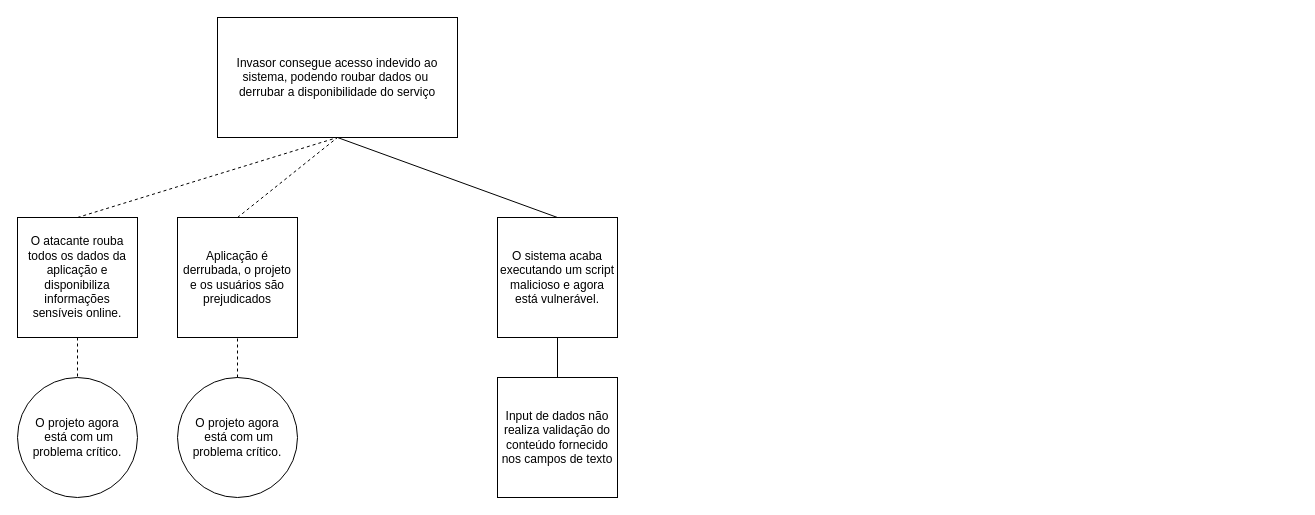
Earlier version of the draw.io diagram ArvoreRiscoOWASP.drawio (luca-moraes/atividade3SegInfo). Source tidied: cells renumbered, new cells numbered last; positions are measured from the earlier drawing's top-left corner, leaving out a move shared by most shapes. Both pictures are drawn from the tidied source at 100%, with x=0, y=0 at pixel (17, 17).
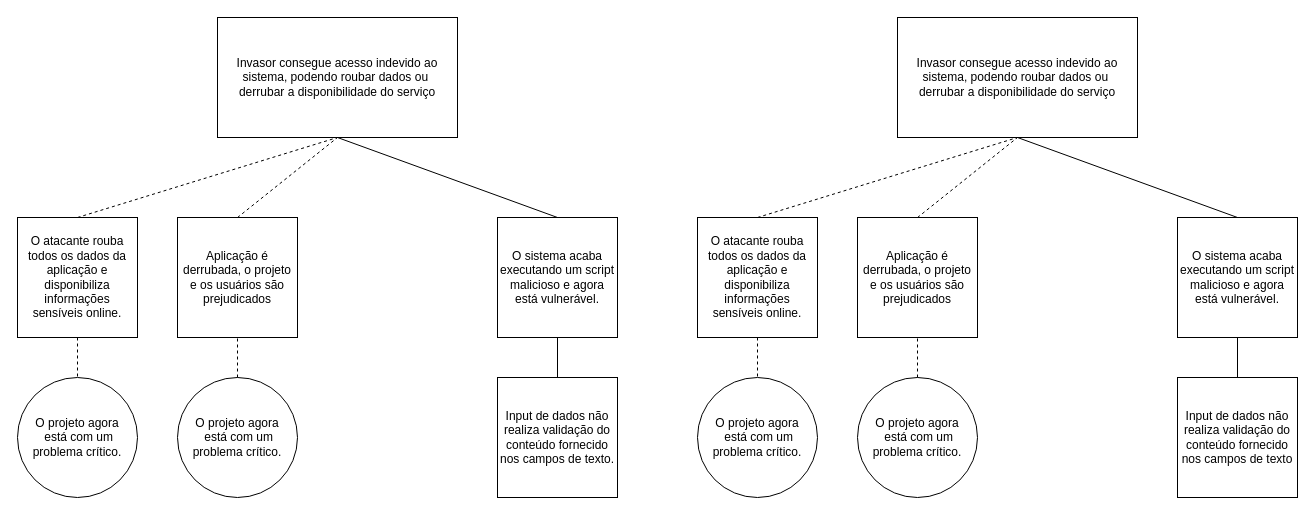
Above is the later version.

Diff of the diagram source:
```diff
@@
-    <mxCell id="7" value="Input de dados não realiza validação do conteúdo fornecido nos campos de texto" style="whiteSpace=wrap;html=1;" parent="1" vertex="1">
+    <mxCell id="7" value="Input de dados não realiza validação do conteúdo fornecido nos campos de texto." style="whiteSpace=wrap;html=1;" parent="1" vertex="1">
       <mxGeometry x="480" y="360" width="120" height="120" as="geometry" />
     </mxCell>
@@
+    <mxCell id="15" value="Invasor consegue acesso indevido ao sistema, podendo roubar dados ou&amp;nbsp;&lt;div&gt;derrubar a disponibilidade do serviço&lt;/div&gt;" style="rounded=0;whiteSpace=wrap;html=1;" parent="1" vertex="1">
+      <mxGeometry x="880" width="240" height="120" as="geometry" />
+    </mxCell>
+    <mxCell id="16" value="O projeto agora&lt;div&gt;&amp;nbsp;está com um problema crítico.&lt;/div&gt;" style="ellipse;whiteSpace=wrap;html=1;" parent="1" vertex="1">
+      <mxGeometry x="680" y="360" width="120" height="120" as="geometry" />
+    </mxCell>
+    <mxCell id="17" style="endArrow=none;dashed=1;html=1;rounded=0;exitX=0.5;exitY=1;exitDx=0;exitDy=0;entryX=0.5;entryY=0;entryDx=0;entryDy=0;" parent="1" edge="1" source="22" target="16">
+      <mxGeometry relative="1" as="geometry" />
+    </mxCell>
+    <mxCell id="18" value="O sistema acaba executando um script malicioso e agora está vulnerável." style="whiteSpace=wrap;html=1;" parent="1" vertex="1">
+      <mxGeometry x="1160" y="200" width="120" height="120" as="geometry" />
+    </mxCell>
+    <mxCell id="19" style="endArrow=none;html=1;rounded=0;entryX=0.5;entryY=1;entryDx=0;entryDy=0;exitX=0.5;exitY=0;exitDx=0;exitDy=0;" parent="1" edge="1" source="18" target="15">
+      <mxGeometry relative="1" as="geometry" />
+    </mxCell>
+    <mxCell id="20" value="Input de dados não realiza validação do conteúdo fornecido nos campos de texto" style="whiteSpace=wrap;html=1;" parent="1" vertex="1">
+      <mxGeometry x="1160" y="360" width="120" height="120" as="geometry" />
+    </mxCell>
+    <mxCell id="21" style="endArrow=none;html=1;rounded=0;entryX=0.5;entryY=1;entryDx=0;entryDy=0;exitX=0.5;exitY=0;exitDx=0;exitDy=0;" parent="1" edge="1" source="20" target="18">
+      <mxGeometry relative="1" as="geometry" />
+    </mxCell>
+    <mxCell id="22" value="O atacante rouba todos os dados da aplicação e disponibiliza informações sensíveis online." style="whiteSpace=wrap;html=1;" parent="1" vertex="1">
+      <mxGeometry x="680" y="200" width="120" height="120" as="geometry" />
+    </mxCell>
+    <mxCell id="23" style="endArrow=none;dashed=1;html=1;rounded=0;entryX=0.5;entryY=1;entryDx=0;entryDy=0;exitX=0.5;exitY=0;exitDx=0;exitDy=0;" parent="1" edge="1" source="24" target="15">
+      <mxGeometry relative="1" as="geometry" />
+    </mxCell>
+    <mxCell id="24" value="Aplicação é derrubada, o projeto e os usuários são prejudicados" style="whiteSpace=wrap;html=1;" parent="1" vertex="1">
+      <mxGeometry x="840" y="200" width="120" height="120" as="geometry" />
+    </mxCell>
+    <mxCell id="25" value="O projeto agora&lt;div&gt;&amp;nbsp;está com um problema crítico.&lt;/div&gt;" style="ellipse;whiteSpace=wrap;html=1;" parent="1" vertex="1">
+      <mxGeometry x="840" y="360" width="120" height="120" as="geometry" />
+    </mxCell>
+    <mxCell id="26" style="endArrow=none;dashed=1;html=1;rounded=0;entryX=0.5;entryY=1;entryDx=0;entryDy=0;exitX=0.5;exitY=0;exitDx=0;exitDy=0;" parent="1" edge="1" source="25" target="24">
+      <mxGeometry relative="1" as="geometry" />
+    </mxCell>
+    <mxCell id="27" style="endArrow=none;dashed=1;html=1;rounded=0;entryX=0.5;entryY=1;entryDx=0;entryDy=0;exitX=0.5;exitY=0;exitDx=0;exitDy=0;" parent="1" edge="1" source="22" target="15">
+      <mxGeometry relative="1" as="geometry" />
+    </mxCell>
```
